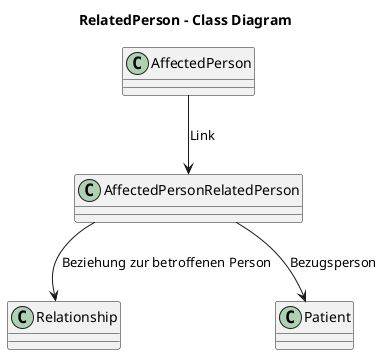
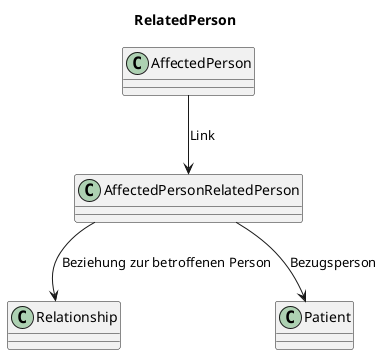
@startuml

- title RelatedPerson - Class Diagram
+ title RelatedPerson

class AffectedPerson{
}
class Relationship{
}
class AffectedPersonRelatedPerson {
}
class Patient {
}
class Relationship{
}

AffectedPerson --> AffectedPersonRelatedPerson: Link

AffectedPersonRelatedPerson --> Patient: Bezugsperson
AffectedPersonRelatedPerson --> Relationship: Beziehung zur betroffenen Person

@enduml